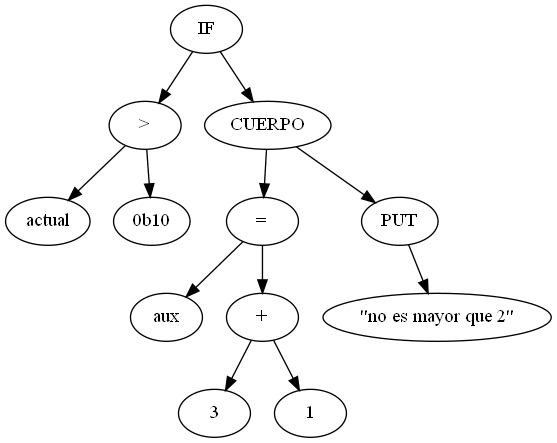
Earlier version of the Graphviz export Segunda entrega/tree.png (LyC-G16/TrabajoPractico). Its source is kept beside it as Segunda entrega/tree.dot. Source of this version:
```dot
digraph tree {
 1 [label="IF"];
 1 -> 2;
 2 [label=">"];
 2 -> 4;
 4 [label="actual"];
 2 -> 5;
 5 [label="0b10"];
 1 -> 3;
 3 [label="CUERPO"];
 3 -> 6;
 6 [label="="];
 6 -> 12;
 12 [label="aux"];
 6 -> 13;
 13 [label="+"];
 13 -> 26;
 26 [label="3"];
 13 -> 27;
 27 [label="1"];
 3 -> 7;
 7 [label="PUT"];
 7 -> 14;
 14 [label="\"no es mayor que 2\""];
}
```
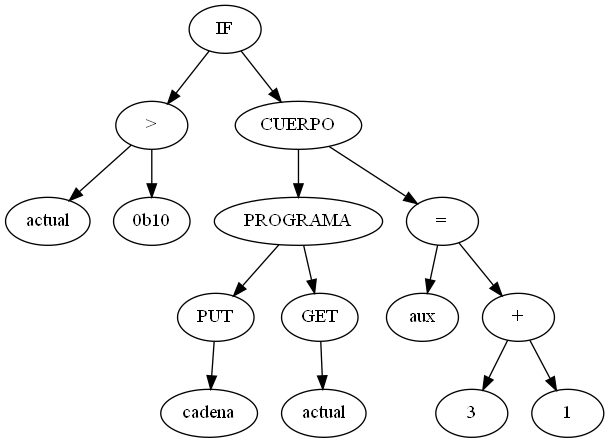
After the commit.

What changed in the source:
```diff
@@ -9,17 +9,23 @@
  1 -> 3;
  3 [label="CUERPO"];
  3 -> 6;
- 6 [label="="];
+ 6 [label="PROGRAMA"];
  6 -> 12;
- 12 [label="aux"];
+ 12 [label="PUT"];
+ 12 -> 24;
+ 24 [label="cadena"];
  6 -> 13;
- 13 [label="+"];
+ 13 [label="GET"];
  13 -> 26;
- 26 [label="3"];
- 13 -> 27;
- 27 [label="1"];
+ 26 [label="actual"];
  3 -> 7;
- 7 [label="PUT"];
+ 7 [label="="];
  7 -> 14;
- 14 [label="\"no es mayor que 2\""];
+ 14 [label="aux"];
+ 7 -> 15;
+ 15 [label="+"];
+ 15 -> 30;
+ 30 [label="3"];
+ 15 -> 31;
+ 31 [label="1"];
 }
```
